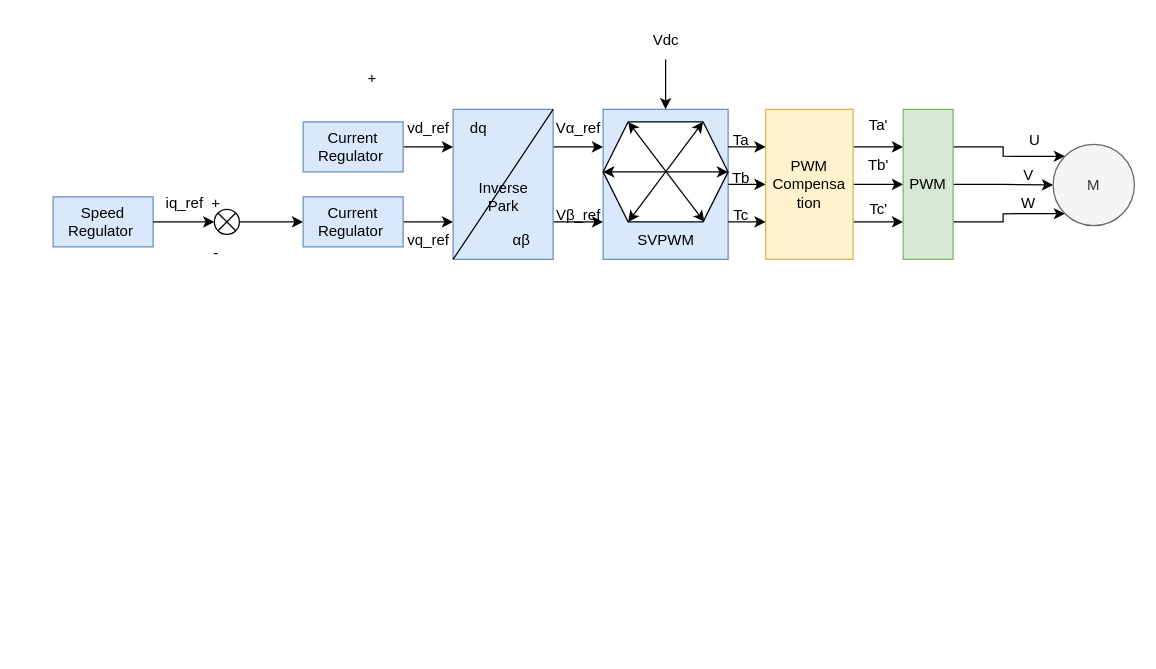
Before: FoC 核心算法分析.drawio in Vinson-001/Blog-flow-chart, a draw.io diagram. Source tidied: cells renumbered, new cells numbered last; positions are measured from the earlier drawing's top-left corner, leaving out a move shared by most shapes. Both pictures are drawn from the tidied source at 125%, with x=0, y=0 at pixel (52, 21).
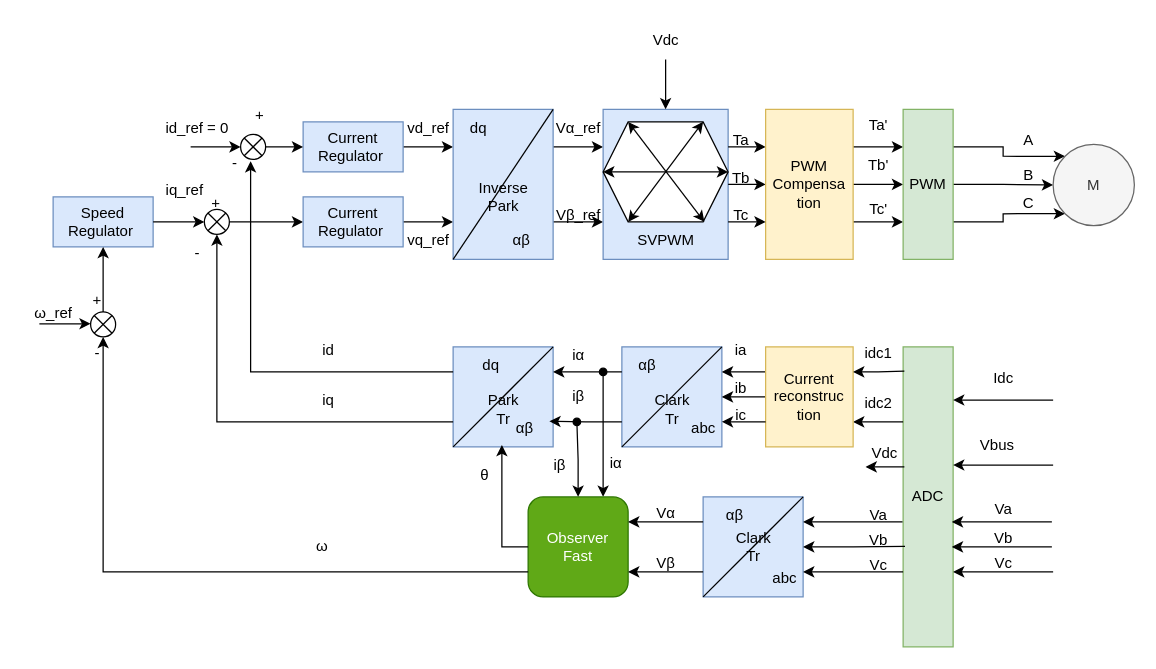
Above is the later version.

Commit message (it also covers changes not shown here):
更新FoC 核心算法分析.drawio

Unchanged cells that the change refers to:
```xml
<mxCell id="2" value="Speed&lt;div&gt;Regulator&amp;nbsp;&lt;/div&gt;" style="rounded=0;whiteSpace=wrap;html=1;fillColor=#dae8fc;strokeColor=#6c8ebf;" parent="1" vertex="1">
  <mxGeometry y="140" width="80" height="40" as="geometry" />
</mxCell>
<mxCell id="13" value="Current&lt;br&gt;&lt;div&gt;Regulator&amp;nbsp;&lt;/div&gt;" style="rounded=0;whiteSpace=wrap;html=1;fillColor=#dae8fc;strokeColor=#6c8ebf;" parent="1" vertex="1">
  <mxGeometry x="200" y="80" width="80" height="40" as="geometry" />
</mxCell>
```

Diff of the diagram source:
```diff
@@
     <mxCell id="4" style="verticalLabelPosition=bottom;verticalAlign=top;html=1;shape=mxgraph.flowchart.or;" parent="1" vertex="1">
-      <mxGeometry x="129" y="150" width="20" height="20" as="geometry" />
+      <mxGeometry x="121" y="150" width="20" height="20" as="geometry" />
     </mxCell>
-    <mxCell id="5" value="+" style="text;html=1;align=center;verticalAlign=middle;strokeColor=none;fillColor=none;" parent="1" vertex="1">
-      <mxGeometry x="240" y="30" width="30" height="30" as="geometry" />
-    </mxCell>
@@
     <mxCell id="7" value="-" style="text;html=1;align=center;verticalAlign=middle;strokeColor=none;fillColor=none;" parent="1" vertex="1">
-      <mxGeometry x="115" y="170" width="30" height="30" as="geometry" />
+      <mxGeometry x="100" y="170" width="30" height="30" as="geometry" />
     </mxCell>
@@
     <mxCell id="9" value="iq_ref" style="text;html=1;align=center;verticalAlign=middle;strokeColor=none;fillColor=none;" parent="1" vertex="1">
-      <mxGeometry x="80" y="130" width="50" height="30" as="geometry" />
+      <mxGeometry x="80" y="120" width="50" height="30" as="geometry" />
     </mxCell>
@@
-    <mxCell id="51" value="U" style="text;html=1;align=center;verticalAlign=middle;strokeColor=none;fillColor=none;" parent="1" vertex="1">
-      <mxGeometry x="770" y="80" width="30" height="30" as="geometry" />
+    <mxCell id="51" value="A" style="text;html=1;align=center;verticalAlign=middle;strokeColor=none;fillColor=none;" parent="1" vertex="1">
+      <mxGeometry x="765" y="80" width="30" height="30" as="geometry" />
     </mxCell>
-    <mxCell id="52" value="V" style="text;html=1;align=center;verticalAlign=middle;strokeColor=none;fillColor=none;" parent="1" vertex="1">
+    <mxCell id="52" value="B" style="text;html=1;align=center;verticalAlign=middle;strokeColor=none;fillColor=none;" parent="1" vertex="1">
       <mxGeometry x="765" y="108" width="30" height="30" as="geometry" />
     </mxCell>
-    <mxCell id="53" value="W" style="text;html=1;align=center;verticalAlign=middle;strokeColor=none;fillColor=none;" parent="1" vertex="1">
+    <mxCell id="53" value="C" style="text;html=1;align=center;verticalAlign=middle;strokeColor=none;fillColor=none;" parent="1" vertex="1">
       <mxGeometry x="765" y="130" width="30" height="30" as="geometry" />
     </mxCell>
@@
+    <mxCell id="56" value="ADC" style="rounded=0;whiteSpace=wrap;html=1;fillColor=#d5e8d4;strokeColor=#82b366;" parent="1" vertex="1">
+      <mxGeometry x="680" y="260" width="40" height="240" as="geometry" />
+    </mxCell>
+    <mxCell id="57" style="group;" parent="1" vertex="1">
+      <mxGeometry x="455" y="260" width="85" height="80" as="geometry" />
+    </mxCell>
+    <mxCell id="58" style="rounded=0;whiteSpace=wrap;html=1;fillColor=#dae8fc;strokeColor=#6c8ebf;" parent="57" vertex="1">
+      <mxGeometry width="80" height="80" as="geometry" />
+    </mxCell>
+    <mxCell id="59" style="endArrow=none;html=1;rounded=0;entryX=1;entryY=0;entryDx=0;entryDy=0;" parent="57" edge="1" target="58">
+      <mxGeometry relative="1" as="geometry">
+        <mxPoint y="80" as="sourcePoint" />
+      </mxGeometry>
+    </mxCell>
+    <mxCell id="60" value="abc" style="text;html=1;align=center;verticalAlign=middle;points=[];strokeColor=none;fillColor=none;" parent="57" vertex="1">
+      <mxGeometry x="45" y="50" width="40" height="30" as="geometry" />
+    </mxCell>
+    <mxCell id="61" value="Clark&lt;div&gt;Tr&lt;/div&gt;" style="text;html=1;align=center;verticalAlign=middle;strokeColor=none;fillColor=none;" parent="57" vertex="1">
+      <mxGeometry x="15" y="30" width="50" height="40" as="geometry" />
+    </mxCell>
+    <mxCell id="62" value="αβ" style="text;html=1;align=center;verticalAlign=middle;strokeColor=none;fillColor=none;" parent="57" vertex="1">
+      <mxGeometry width="40" height="30" as="geometry" />
+    </mxCell>
+    <mxCell id="63" value="idc1" style="text;html=1;align=center;verticalAlign=middle;strokeColor=none;fillColor=none;" parent="1" vertex="1">
+      <mxGeometry x="635" y="250" width="50" height="30" as="geometry" />
+    </mxCell>
+    <mxCell id="64" style="edgeStyle=orthogonalEdgeStyle;rounded=0;jettySize=auto;html=1;exitX=1;exitY=0.75;exitDx=0;exitDy=0;entryX=0;entryY=0.25;entryDx=0;entryDy=0;endArrow=none;endFill=0;startArrow=classic;startFill=1;" parent="1" edge="1" source="67" target="56">
+      <mxGeometry relative="1" as="geometry" />
+    </mxCell>
+    <mxCell id="65" style="edgeStyle=orthogonalEdgeStyle;rounded=0;jettySize=auto;html=1;exitX=0;exitY=0.25;exitDx=0;exitDy=0;entryX=1;entryY=0.25;entryDx=0;entryDy=0;" parent="1" edge="1" source="67" target="58">
+      <mxGeometry relative="1" as="geometry" />
+    </mxCell>
+    <mxCell id="66" style="edgeStyle=orthogonalEdgeStyle;rounded=0;jettySize=auto;html=1;exitX=0;exitY=0.5;exitDx=0;exitDy=0;entryX=1;entryY=0.5;entryDx=0;entryDy=0;" parent="1" edge="1" source="67" target="58">
+      <mxGeometry relative="1" as="geometry" />
+    </mxCell>
+    <mxCell id="67" value="Current&lt;div&gt;reconstruc&lt;/div&gt;&lt;div&gt;tion&lt;/div&gt;" style="rounded=0;whiteSpace=wrap;html=1;fillColor=#fff2cc;strokeColor=#d6b656;" parent="1" vertex="1">
+      <mxGeometry x="570" y="260" width="70" height="80" as="geometry" />
+    </mxCell>
+    <mxCell id="68" style="edgeStyle=orthogonalEdgeStyle;rounded=0;jettySize=auto;html=1;exitX=1;exitY=0.25;exitDx=0;exitDy=0;entryX=0.025;entryY=0.081;entryDx=0;entryDy=0;entryPerimeter=0;endArrow=none;endFill=0;startArrow=classic;startFill=1;" parent="1" edge="1" source="67" target="56">
+      <mxGeometry relative="1" as="geometry" />
+    </mxCell>
+    <mxCell id="69" value="idc2" style="text;html=1;align=center;verticalAlign=middle;strokeColor=none;fillColor=none;" parent="1" vertex="1">
+      <mxGeometry x="635" y="290" width="50" height="30" as="geometry" />
+    </mxCell>
+    <mxCell id="70" value="ia" style="text;html=1;align=center;verticalAlign=middle;strokeColor=none;fillColor=none;" parent="1" vertex="1">
+      <mxGeometry x="535" y="248" width="30" height="30" as="geometry" />
+    </mxCell>
+    <mxCell id="71" value="ib" style="text;html=1;align=center;verticalAlign=middle;strokeColor=none;fillColor=none;" parent="1" vertex="1">
+      <mxGeometry x="535" y="278" width="30" height="30" as="geometry" />
+    </mxCell>
+    <mxCell id="72" style="edgeStyle=orthogonalEdgeStyle;rounded=0;jettySize=auto;html=1;exitX=0;exitY=0.75;exitDx=0;exitDy=0;entryX=0.875;entryY=0.333;entryDx=0;entryDy=0;entryPerimeter=0;" parent="1" edge="1" source="67" target="60">
+      <mxGeometry relative="1" as="geometry" />
+    </mxCell>
+    <mxCell id="73" value="ic" style="text;html=1;align=center;verticalAlign=middle;strokeColor=none;fillColor=none;" parent="1" vertex="1">
+      <mxGeometry x="535" y="300" width="30" height="30" as="geometry" />
+    </mxCell>
+    <mxCell id="74" style="group;" parent="1" vertex="1">
+      <mxGeometry x="320" y="260" width="85" height="80" as="geometry" />
+    </mxCell>
+    <mxCell id="75" style="rounded=0;whiteSpace=wrap;html=1;fillColor=#dae8fc;strokeColor=#6c8ebf;" parent="74" vertex="1">
+      <mxGeometry width="80" height="80" as="geometry" />
+    </mxCell>
+    <mxCell id="76" style="endArrow=none;html=1;rounded=0;entryX=1;entryY=0;entryDx=0;entryDy=0;" parent="74" edge="1" target="75">
+      <mxGeometry relative="1" as="geometry">
+        <mxPoint y="80" as="sourcePoint" />
+      </mxGeometry>
+    </mxCell>
+    <mxCell id="77" value="αβ" style="text;html=1;align=center;verticalAlign=middle;points=[];strokeColor=none;fillColor=none;" parent="74" vertex="1">
+      <mxGeometry x="37" y="50" width="40" height="30" as="geometry" />
+    </mxCell>
+    <mxCell id="78" value="dq" style="text;html=1;align=center;verticalAlign=middle;strokeColor=none;fillColor=none;" parent="74" vertex="1">
+      <mxGeometry x="10" width="40" height="30" as="geometry" />
+    </mxCell>
+    <mxCell id="79" value="Park&lt;div&gt;Tr&lt;/div&gt;" style="text;html=1;align=center;verticalAlign=middle;strokeColor=none;fillColor=none;" parent="74" vertex="1">
+      <mxGeometry x="15" y="30" width="50" height="40" as="geometry" />
+    </mxCell>
+    <mxCell id="80" style="edgeStyle=orthogonalEdgeStyle;rounded=0;jettySize=auto;html=1;exitX=0;exitY=0.75;exitDx=0;exitDy=0;entryX=1;entryY=0.317;entryDx=0;entryDy=0;entryPerimeter=0;" parent="1" edge="1" source="58" target="77">
+      <mxGeometry relative="1" as="geometry" />
+    </mxCell>
+    <mxCell id="81" style="edgeStyle=orthogonalEdgeStyle;rounded=0;jettySize=auto;html=1;exitX=0;exitY=0.25;exitDx=0;exitDy=0;entryX=1;entryY=0.25;entryDx=0;entryDy=0;" parent="1" edge="1" source="58" target="75">
+      <mxGeometry relative="1" as="geometry" />
+    </mxCell>
+    <mxCell id="82" value="iα" style="text;html=1;align=center;verticalAlign=middle;strokeColor=none;fillColor=none;" parent="1" vertex="1">
+      <mxGeometry x="405" y="252" width="30" height="30" as="geometry" />
+    </mxCell>
+    <mxCell id="83" value="iβ" style="text;html=1;align=center;verticalAlign=middle;strokeColor=none;fillColor=none;" parent="1" vertex="1">
+      <mxGeometry x="405" y="285" width="30" height="30" as="geometry" />
+    </mxCell>
+    <mxCell id="84" style="edgeStyle=orthogonalEdgeStyle;rounded=0;jettySize=auto;html=1;exitX=1;exitY=0.5;exitDx=0;exitDy=0;exitPerimeter=0;entryX=0;entryY=0.5;entryDx=0;entryDy=0;" parent="1" edge="1" source="85" target="13">
+      <mxGeometry relative="1" as="geometry" />
+    </mxCell>
+    <mxCell id="85" style="verticalLabelPosition=bottom;verticalAlign=top;html=1;shape=mxgraph.flowchart.or;" parent="1" vertex="1">
+      <mxGeometry x="150" y="90" width="20" height="20" as="geometry" />
+    </mxCell>
+    <mxCell id="86" value="id_ref = 0" style="text;html=1;align=center;verticalAlign=middle;strokeColor=none;fillColor=none;" parent="1" vertex="1">
+      <mxGeometry x="80" y="70" width="70" height="30" as="geometry" />
+    </mxCell>
+    <mxCell id="87" style="endArrow=classic;html=1;rounded=0;" parent="1" edge="1">
+      <mxGeometry relative="1" as="geometry">
+        <mxPoint x="110" y="100" as="sourcePoint" />
+        <mxPoint x="150" y="100" as="targetPoint" />
+      </mxGeometry>
+    </mxCell>
+    <mxCell id="88" value="+" style="text;html=1;align=center;verticalAlign=middle;strokeColor=none;fillColor=none;" parent="1" vertex="1">
+      <mxGeometry x="150" y="60" width="30" height="30" as="geometry" />
+    </mxCell>
+    <mxCell id="89" value="-" style="text;html=1;align=center;verticalAlign=middle;points=[];strokeColor=none;fillColor=none;" parent="1" vertex="1">
+      <mxGeometry x="130" y="98" width="30" height="30" as="geometry" />
+    </mxCell>
+    <mxCell id="90" style="edgeStyle=orthogonalEdgeStyle;rounded=0;jettySize=auto;html=1;exitX=0;exitY=0.25;exitDx=0;exitDy=0;entryX=0.933;entryY=0.45;entryDx=0;entryDy=0;entryPerimeter=0;" parent="1" edge="1" source="75" target="89">
+      <mxGeometry relative="1" as="geometry" />
+    </mxCell>
+    <mxCell id="91" value="id" style="text;html=1;align=center;verticalAlign=middle;strokeColor=none;fillColor=none;" parent="1" vertex="1">
+      <mxGeometry x="205" y="248" width="30" height="30" as="geometry" />
+    </mxCell>
+    <mxCell id="92" style="edgeStyle=orthogonalEdgeStyle;rounded=0;jettySize=auto;html=1;exitX=0;exitY=0.75;exitDx=0;exitDy=0;entryX=0.5;entryY=1;entryDx=0;entryDy=0;entryPerimeter=0;" parent="1" edge="1" source="75" target="4">
+      <mxGeometry relative="1" as="geometry" />
+    </mxCell>
+    <mxCell id="93" value="iq" style="text;html=1;align=center;verticalAlign=middle;strokeColor=none;fillColor=none;" parent="1" vertex="1">
+      <mxGeometry x="205" y="288" width="30" height="30" as="geometry" />
+    </mxCell>
+    <mxCell id="94" value="Vdc" style="text;html=1;align=center;verticalAlign=middle;strokeColor=none;fillColor=none;" parent="1" vertex="1">
+      <mxGeometry x="645" y="330" width="40" height="30" as="geometry" />
+    </mxCell>
+    <mxCell id="95" style="endArrow=none;html=1;rounded=0;endFill=0;startArrow=classic;startFill=1;" parent="1" edge="1">
+      <mxGeometry relative="1" as="geometry">
+        <mxPoint x="650" y="356" as="sourcePoint" />
+        <mxPoint x="681" y="356" as="targetPoint" />
+      </mxGeometry>
+    </mxCell>
+    <mxCell id="96" value="Va" style="text;html=1;align=center;verticalAlign=middle;strokeColor=none;fillColor=none;" parent="1" vertex="1">
+      <mxGeometry x="640" y="380" width="40" height="30" as="geometry" />
+    </mxCell>
+    <mxCell id="97" style="group;" parent="1" vertex="1">
+      <mxGeometry x="520" y="380" width="85" height="80" as="geometry" />
+    </mxCell>
+    <mxCell id="98" style="rounded=0;whiteSpace=wrap;html=1;fillColor=#dae8fc;strokeColor=#6c8ebf;" parent="97" vertex="1">
+      <mxGeometry width="80" height="80" as="geometry" />
+    </mxCell>
+    <mxCell id="99" style="endArrow=none;html=1;rounded=0;entryX=1;entryY=0;entryDx=0;entryDy=0;" parent="97" edge="1" target="98">
+      <mxGeometry relative="1" as="geometry">
+        <mxPoint y="80" as="sourcePoint" />
+      </mxGeometry>
+    </mxCell>
+    <mxCell id="100" value="αβ" style="text;html=1;align=center;verticalAlign=middle;strokeColor=none;fillColor=none;" parent="97" vertex="1">
+      <mxGeometry x="5" width="40" height="30" as="geometry" />
+    </mxCell>
+    <mxCell id="101" value="Clark&lt;div&gt;Tr&lt;/div&gt;" style="text;html=1;align=center;verticalAlign=middle;strokeColor=none;fillColor=none;" parent="97" vertex="1">
+      <mxGeometry x="15" y="20" width="50" height="40" as="geometry" />
+    </mxCell>
+    <mxCell id="102" value="abc" style="text;html=1;align=center;verticalAlign=middle;strokeColor=none;fillColor=none;" parent="97" vertex="1">
+      <mxGeometry x="45" y="50" width="40" height="30" as="geometry" />
+    </mxCell>
+    <mxCell id="103" style="edgeStyle=orthogonalEdgeStyle;rounded=0;jettySize=auto;html=1;exitX=1;exitY=0.25;exitDx=0;exitDy=0;entryX=-0.012;entryY=0.583;entryDx=0;entryDy=0;entryPerimeter=0;endArrow=none;endFill=0;startArrow=classic;startFill=1;" parent="1" edge="1" source="98" target="56">
+      <mxGeometry relative="1" as="geometry" />
+    </mxCell>
+    <mxCell id="104" style="edgeStyle=orthogonalEdgeStyle;rounded=0;jettySize=auto;html=1;exitX=1;exitY=0.5;exitDx=0;exitDy=0;entryX=0.038;entryY=0.665;entryDx=0;entryDy=0;entryPerimeter=0;endArrow=none;endFill=0;startArrow=classic;startFill=1;" parent="1" edge="1" source="98" target="56">
+      <mxGeometry relative="1" as="geometry" />
+    </mxCell>
+    <mxCell id="105" value="Vb" style="text;html=1;align=center;verticalAlign=middle;strokeColor=none;fillColor=none;" parent="1" vertex="1">
+      <mxGeometry x="640" y="400" width="40" height="30" as="geometry" />
+    </mxCell>
+    <mxCell id="106" style="edgeStyle=orthogonalEdgeStyle;rounded=0;jettySize=auto;html=1;exitX=1;exitY=0.75;exitDx=0;exitDy=0;entryX=0;entryY=0.75;entryDx=0;entryDy=0;endArrow=none;endFill=0;startArrow=classic;startFill=1;" parent="1" edge="1" source="98" target="56">
+      <mxGeometry relative="1" as="geometry" />
+    </mxCell>
+    <mxCell id="107" value="Vc" style="text;html=1;align=center;verticalAlign=middle;strokeColor=none;fillColor=none;" parent="1" vertex="1">
+      <mxGeometry x="640" y="420" width="40" height="30" as="geometry" />
+    </mxCell>
+    <mxCell id="108" style="edgeStyle=orthogonalEdgeStyle;rounded=0;jettySize=auto;html=1;exitX=0.75;exitY=0;exitDx=0;exitDy=0;endArrow=oval;endFill=1;startArrow=classic;startFill=1;" parent="1" edge="1" source="109">
+      <mxGeometry relative="1" as="geometry">
+        <mxPoint x="440" y="280" as="targetPoint" />
+      </mxGeometry>
+    </mxCell>
+    <mxCell id="109" value="Observer&lt;div&gt;Fast&lt;/div&gt;" style="rounded=1;whiteSpace=wrap;html=1;fillColor=#60a917;fontColor=#ffffff;strokeColor=#2D7600;" parent="1" vertex="1">
+      <mxGeometry x="380" y="380" width="80" height="80" as="geometry" />
+    </mxCell>
+    <mxCell id="110" style="edgeStyle=orthogonalEdgeStyle;rounded=0;jettySize=auto;html=1;exitX=0;exitY=0.25;exitDx=0;exitDy=0;entryX=1;entryY=0.25;entryDx=0;entryDy=0;" parent="1" edge="1" source="98" target="109">
+      <mxGeometry relative="1" as="geometry" />
+    </mxCell>
+    <mxCell id="111" value="Vα" style="text;html=1;align=center;verticalAlign=middle;strokeColor=none;fillColor=none;" parent="1" vertex="1">
+      <mxGeometry x="470" y="378" width="40" height="30" as="geometry" />
+    </mxCell>
+    <mxCell id="112" style="edgeStyle=orthogonalEdgeStyle;rounded=0;jettySize=auto;html=1;exitX=0;exitY=0.75;exitDx=0;exitDy=0;entryX=1;entryY=0.75;entryDx=0;entryDy=0;" parent="1" edge="1" source="98" target="109">
+      <mxGeometry relative="1" as="geometry" />
+    </mxCell>
+    <mxCell id="113" value="Vβ" style="text;html=1;align=center;verticalAlign=middle;strokeColor=none;fillColor=none;" parent="1" vertex="1">
+      <mxGeometry x="470" y="418" width="40" height="30" as="geometry" />
+    </mxCell>
+    <mxCell id="114" style="edgeStyle=orthogonalEdgeStyle;rounded=0;jettySize=auto;html=1;exitX=0.5;exitY=0;exitDx=0;exitDy=0;endArrow=oval;endFill=1;startArrow=classic;startFill=1;" parent="1" edge="1" source="109">
+      <mxGeometry relative="1" as="geometry">
+        <mxPoint x="419" y="320" as="targetPoint" />
+      </mxGeometry>
+    </mxCell>
+    <mxCell id="115" value="iβ" style="text;html=1;align=center;verticalAlign=middle;strokeColor=none;fillColor=none;" parent="1" vertex="1">
+      <mxGeometry x="390" y="340" width="30" height="30" as="geometry" />
+    </mxCell>
+    <mxCell id="116" value="iα" style="text;html=1;align=center;verticalAlign=middle;strokeColor=none;fillColor=none;" parent="1" vertex="1">
+      <mxGeometry x="435" y="338" width="30" height="30" as="geometry" />
+    </mxCell>
+    <mxCell id="117" style="edgeStyle=orthogonalEdgeStyle;rounded=0;jettySize=auto;html=1;exitX=0;exitY=0.5;exitDx=0;exitDy=0;entryX=0.05;entryY=0.95;entryDx=0;entryDy=0;entryPerimeter=0;" parent="1" edge="1" source="109" target="77">
+      <mxGeometry relative="1" as="geometry" />
+    </mxCell>
+    <mxCell id="118" value="θ" style="text;html=1;align=center;verticalAlign=middle;strokeColor=none;fillColor=none;" parent="1" vertex="1">
+      <mxGeometry x="330" y="348" width="30" height="30" as="geometry" />
+    </mxCell>
+    <mxCell id="119" value="ω" style="text;html=1;align=center;verticalAlign=middle;strokeColor=none;fillColor=none;" parent="1" vertex="1">
+      <mxGeometry x="200" y="405" width="30" height="30" as="geometry" />
+    </mxCell>
+    <mxCell id="120" style="edgeStyle=orthogonalEdgeStyle;rounded=0;jettySize=auto;html=1;exitX=0.5;exitY=0;exitDx=0;exitDy=0;exitPerimeter=0;entryX=0.5;entryY=1;entryDx=0;entryDy=0;" parent="1" edge="1" source="121" target="2">
+      <mxGeometry relative="1" as="geometry" />
+    </mxCell>
+    <mxCell id="121" style="verticalLabelPosition=bottom;verticalAlign=top;html=1;shape=mxgraph.flowchart.or;" parent="1" vertex="1">
+      <mxGeometry x="30" y="232" width="20" height="20" as="geometry" />
+    </mxCell>
+    <mxCell id="122" style="edgeStyle=orthogonalEdgeStyle;rounded=0;jettySize=auto;html=1;exitX=0;exitY=0.75;exitDx=0;exitDy=0;entryX=0.5;entryY=1;entryDx=0;entryDy=0;entryPerimeter=0;" parent="1" edge="1" source="109" target="121">
+      <mxGeometry relative="1" as="geometry" />
+    </mxCell>
+    <mxCell id="123" value="+" style="text;html=1;align=center;verticalAlign=middle;strokeColor=none;fillColor=none;" parent="1" vertex="1">
+      <mxGeometry x="20" y="208" width="30" height="30" as="geometry" />
+    </mxCell>
+    <mxCell id="124" value="-" style="text;html=1;align=center;verticalAlign=middle;strokeColor=none;fillColor=none;" parent="1" vertex="1">
+      <mxGeometry x="20" y="250" width="30" height="30" as="geometry" />
+    </mxCell>
+    <mxCell id="125" style="edgeStyle=orthogonalEdgeStyle;rounded=0;orthogonalLoop=1;jettySize=auto;html=1;exitX=1;exitY=0.5;exitDx=0;exitDy=0;entryX=0;entryY=0.5;entryDx=0;entryDy=0;entryPerimeter=0;" parent="1" edge="1">
+      <mxGeometry relative="1" as="geometry">
+        <mxPoint x="-11" y="241.5" as="sourcePoint" />
+        <mxPoint x="30" y="241.5" as="targetPoint" />
+      </mxGeometry>
+    </mxCell>
+    <mxCell id="126" value="ω_ref" style="text;html=1;align=center;verticalAlign=middle;strokeColor=none;fillColor=none;" parent="1" vertex="1">
+      <mxGeometry x="-25" y="218" width="50" height="30" as="geometry" />
+    </mxCell>
+    <mxCell id="127" style="edgeStyle=orthogonalEdgeStyle;rounded=0;orthogonalLoop=1;jettySize=auto;html=1;exitX=1;exitY=0.25;exitDx=0;exitDy=0;entryX=-0.012;entryY=0.583;entryDx=0;entryDy=0;entryPerimeter=0;endArrow=none;endFill=0;startArrow=classic;startFill=1;" parent="1" edge="1">
+      <mxGeometry relative="1" as="geometry">
+        <mxPoint x="719" y="400" as="sourcePoint" />
+        <mxPoint x="799" y="400" as="targetPoint" />
+      </mxGeometry>
+    </mxCell>
+    <mxCell id="128" value="Va" style="text;html=1;align=center;verticalAlign=middle;strokeColor=none;fillColor=none;" parent="1" vertex="1">
+      <mxGeometry x="740" y="375" width="40" height="30" as="geometry" />
+    </mxCell>
+    <mxCell id="129" style="edgeStyle=orthogonalEdgeStyle;rounded=0;orthogonalLoop=1;jettySize=auto;html=1;exitX=1;exitY=0.25;exitDx=0;exitDy=0;entryX=-0.012;entryY=0.583;entryDx=0;entryDy=0;entryPerimeter=0;endArrow=none;endFill=0;startArrow=classic;startFill=1;" parent="1" edge="1">
+      <mxGeometry relative="1" as="geometry">
+        <mxPoint x="719" y="420" as="sourcePoint" />
+        <mxPoint x="799" y="420" as="targetPoint" />
+      </mxGeometry>
+    </mxCell>
+    <mxCell id="130" style="edgeStyle=orthogonalEdgeStyle;rounded=0;orthogonalLoop=1;jettySize=auto;html=1;exitX=1;exitY=0.25;exitDx=0;exitDy=0;entryX=-0.012;entryY=0.583;entryDx=0;entryDy=0;entryPerimeter=0;endArrow=none;endFill=0;startArrow=classic;startFill=1;" parent="1" edge="1">
+      <mxGeometry relative="1" as="geometry">
+        <mxPoint x="720" y="440" as="sourcePoint" />
+        <mxPoint x="800" y="440" as="targetPoint" />
+      </mxGeometry>
+    </mxCell>
+    <mxCell id="131" value="Vb" style="text;html=1;align=center;verticalAlign=middle;strokeColor=none;fillColor=none;" parent="1" vertex="1">
+      <mxGeometry x="740" y="398" width="40" height="30" as="geometry" />
+    </mxCell>
+    <mxCell id="132" value="Vc" style="text;html=1;align=center;verticalAlign=middle;strokeColor=none;fillColor=none;" parent="1" vertex="1">
+      <mxGeometry x="740" y="418" width="40" height="30" as="geometry" />
+    </mxCell>
+    <mxCell id="133" style="edgeStyle=orthogonalEdgeStyle;rounded=0;orthogonalLoop=1;jettySize=auto;html=1;exitX=1;exitY=0.25;exitDx=0;exitDy=0;entryX=-0.012;entryY=0.583;entryDx=0;entryDy=0;entryPerimeter=0;endArrow=none;endFill=0;startArrow=classic;startFill=1;" parent="1" edge="1">
+      <mxGeometry relative="1" as="geometry">
+        <mxPoint x="720" y="354.5" as="sourcePoint" />
+        <mxPoint x="800" y="354.5" as="targetPoint" />
+      </mxGeometry>
+    </mxCell>
+    <mxCell id="134" value="Vbus" style="text;html=1;align=center;verticalAlign=middle;strokeColor=none;fillColor=none;" parent="1" vertex="1">
+      <mxGeometry x="730" y="324" width="50" height="30" as="geometry" />
+    </mxCell>
+    <mxCell id="135" value="Idc" style="text;html=1;align=center;verticalAlign=middle;strokeColor=none;fillColor=none;" parent="1" vertex="1">
+      <mxGeometry x="740" y="270" width="40" height="30" as="geometry" />
+    </mxCell>
+    <mxCell id="136" style="edgeStyle=orthogonalEdgeStyle;rounded=0;orthogonalLoop=1;jettySize=auto;html=1;exitX=1;exitY=0.25;exitDx=0;exitDy=0;entryX=-0.012;entryY=0.583;entryDx=0;entryDy=0;entryPerimeter=0;endArrow=none;endFill=0;startArrow=classic;startFill=1;" parent="1" edge="1">
+      <mxGeometry relative="1" as="geometry">
+        <mxPoint x="720" y="302.5" as="sourcePoint" />
+        <mxPoint x="800" y="302.5" as="targetPoint" />
+      </mxGeometry>
+    </mxCell>
```
